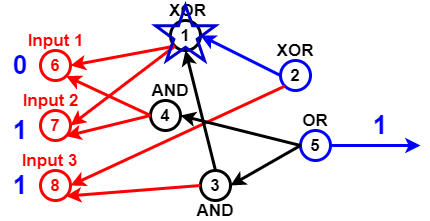
Above: Untitled Diagram.png in sara1024/-CCF201412-2-Z- (draw.io), before the change. Source tidied: cells renumbered, new cells last; positions are measured from the earlier drawing's top-left corner, leaving out a move shared by most shapes.
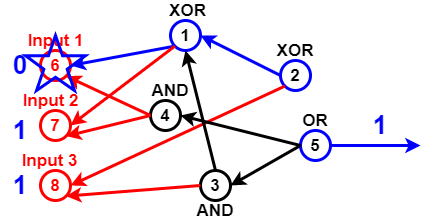
Above is the later version.

Diff of the diagram source:
```diff
@@ -11,10 +11,10 @@
     <mxCell id="4" value="8" style="ellipse;whiteSpace=wrap;html=1;strokeColor=#FF0000;strokeWidth=3;fillColor=none;fontSize=17;fontColor=#FF0000;fontStyle=1;" parent="1" vertex="1">
       <mxGeometry x="40" y="170" width="30" height="30" as="geometry" />
     </mxCell>
-    <mxCell id="5" value="1" style="ellipse;whiteSpace=wrap;html=1;strokeWidth=3;fillColor=none;fontSize=17;fontColor=#000000;fontStyle=1;" parent="1" vertex="1">
+    <mxCell id="5" value="1" style="ellipse;whiteSpace=wrap;html=1;strokeWidth=3;fillColor=none;fontSize=17;fontColor=#000000;fontStyle=1;strokeColor=#0000FF;" parent="1" vertex="1">
       <mxGeometry x="170" y="20" width="30" height="30" as="geometry" />
     </mxCell>
-    <mxCell id="6" style="endArrow=classic;html=1;fontSize=17;fontColor=#000000;strokeWidth=3;entryX=1;entryY=0.5;entryDx=0;entryDy=0;exitX=0;exitY=1;exitDx=0;exitDy=0;strokeColor=#FF0000;" parent="1" edge="1" source="5" target="2">
+    <mxCell id="6" style="endArrow=classic;html=1;fontSize=17;fontColor=#000000;strokeWidth=3;entryX=1;entryY=0.5;entryDx=0;entryDy=0;exitX=0;exitY=1;exitDx=0;exitDy=0;strokeColor=#0000FF;" parent="1" edge="1" source="5" target="2">
       <mxGeometry relative="1" as="geometry" />
     </mxCell>
     <mxCell id="7" style="endArrow=classic;html=1;strokeWidth=3;fontSize=17;fontColor=#000000;entryX=1;entryY=0.5;entryDx=0;entryDy=0;exitX=0;exitY=1;exitDx=0;exitDy=0;strokeColor=#FF0000;" parent="1" edge="1" source="5" target="3">
@@ -97,8 +97,8 @@
         <mxPoint x="420" y="145" as="targetPoint" />
       </mxGeometry>
     </mxCell>
-    <mxCell id="33" style="verticalLabelPosition=bottom;verticalAlign=top;html=1;shape=mxgraph.basic.star;strokeWidth=3;fillColor=none;gradientColor=none;fontSize=26;fontColor=#0000FF;strokeColor=#0000CC;" parent="1" vertex="1">
-      <mxGeometry x="155" y="5" width="60" height="55" as="geometry" />
+    <mxCell id="33" style="verticalLabelPosition=bottom;verticalAlign=top;html=1;shape=mxgraph.basic.star;strokeWidth=3;fillColor=none;gradientColor=none;fontSize=26;fontColor=#0000FF;strokeColor=#0000FF;" parent="1" vertex="1">
+      <mxGeometry x="25" y="35" width="60" height="55" as="geometry" />
     </mxCell>
   </root>
 </mxGraphModel>
```
